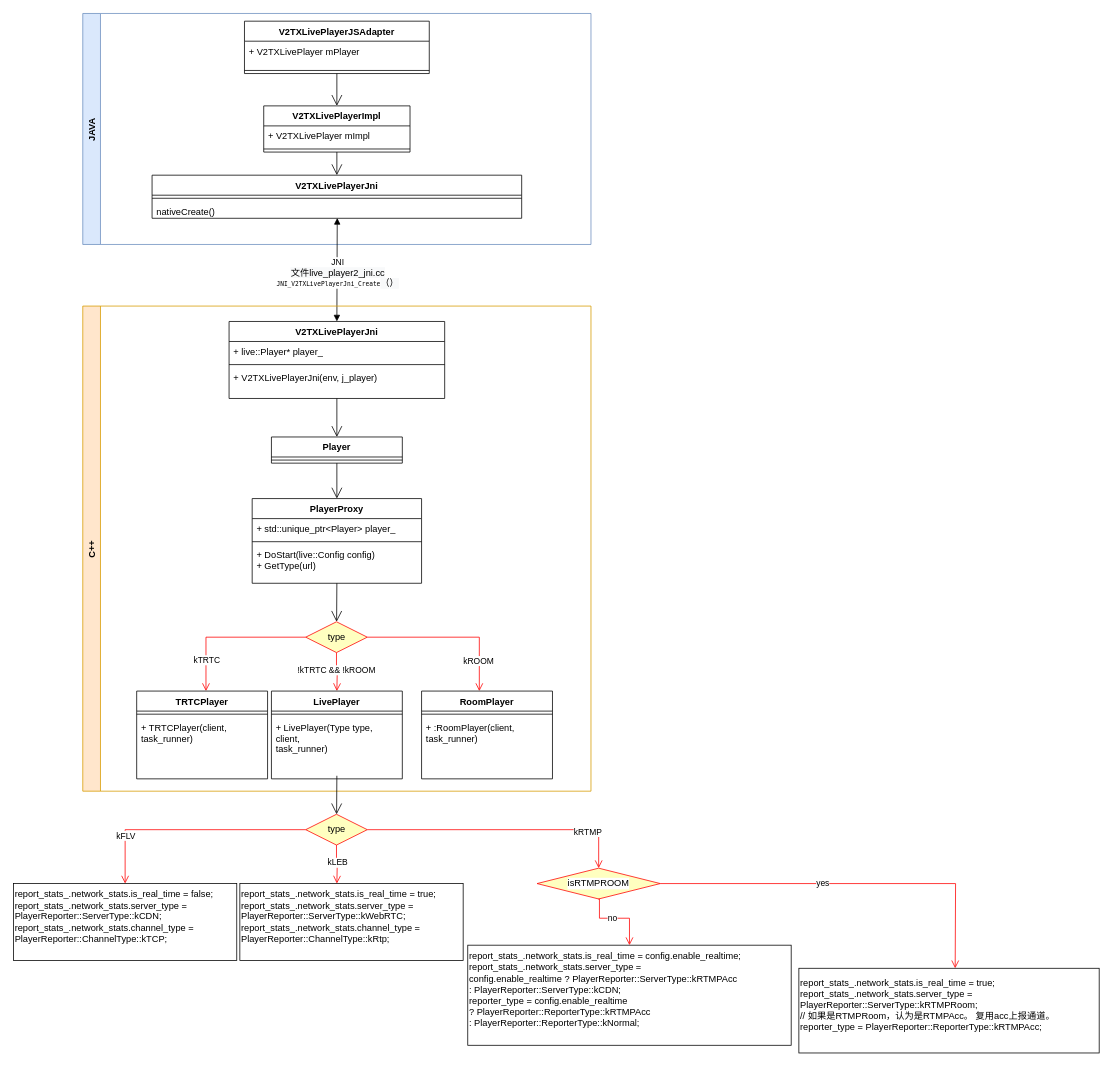
Above: diagrams/V2TXLivePlayerJSAdapter.drawio in paopaosecret/resources (draw.io), before the change. Source tidied: cells renumbered, new cells numbered last; positions are measured from the earlier drawing's top-left corner, leaving out a move shared by most shapes. Both pictures are drawn from the tidied source at 77%, with x=0, y=0 at pixel (13, 13).
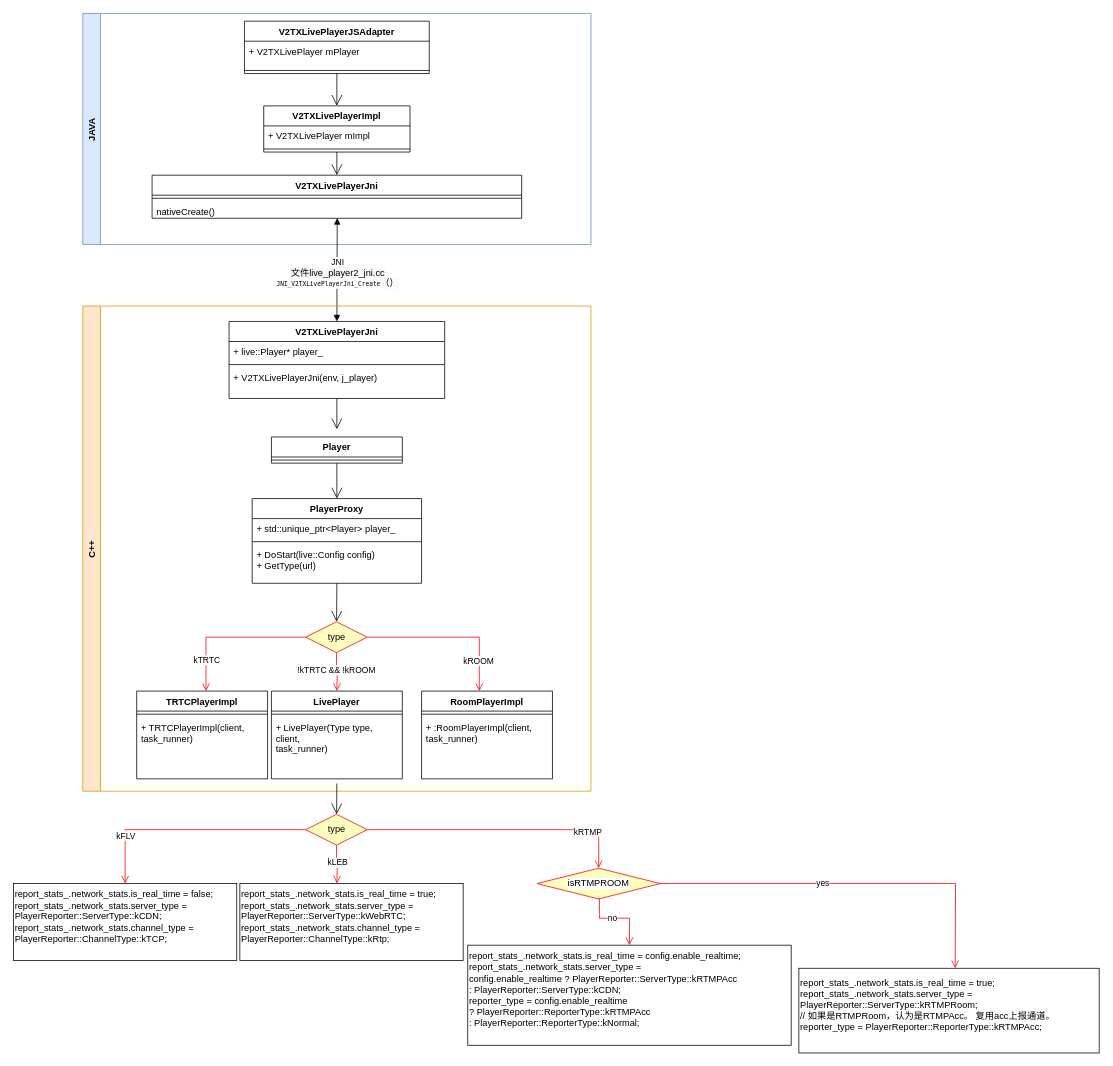
Above is the later version.

The change refers to these unchanged cells:
```xml
<mxCell id="18" value="Player" style="swimlane;fontStyle=1;align=center;verticalAlign=top;horizontal=1;startSize=26;" parent="1" vertex="1">
  <mxGeometry x="335" y="550" width="170" height="34" as="geometry" />
</mxCell>
<mxCell id="29" value="C++" style="swimlane;horizontal=0;fillColor=#ffe6cc;strokeColor=#d79b00;" parent="1" vertex="1">
  <mxGeometry x="90" y="380" width="660" height="630" as="geometry" />
</mxCell>
<mxCell id="48" value="+ V2TXLivePlayerJni(env, j_player)" style="text;strokeColor=none;fillColor=none;align=left;verticalAlign=top;spacingLeft=4;spacingRight=4;overflow=hidden;points=[[0,0.5],[1,0.5]];portConstraint=eastwest;labelBackgroundColor=#FFFFFF;fontColor=#000000;" parent="45" vertex="1">
  <mxGeometry y="60" width="280" height="40" as="geometry" />
</mxCell>
<mxCell id="56" value="type" style="rhombus;whiteSpace=wrap;html=1;fillColor=#ffffc0;strokeColor=#ff0000;" parent="1" vertex="1">
  <mxGeometry x="379.5" y="1040" width="80" height="40" as="geometry" />
</mxCell>
```

The edit, as a diff of the source:
```diff
@@
-    <mxCell id="20" style="endArrow=open;endFill=1;endSize=12;html=1;rounded=0;" parent="1" edge="1" source="48" target="18">
-      <mxGeometry relative="1" as="geometry" />
+    <mxCell id="20" style="endArrow=open;endFill=1;endSize=12;html=1;rounded=0;" parent="1" edge="1" source="48">
+      <mxGeometry relative="1" as="geometry">
+        <mxPoint x="420" y="540" as="targetPoint" />
+      </mxGeometry>
     </mxCell>
@@
-    <mxCell id="36" value="TRTCPlayer" style="swimlane;fontStyle=1;align=center;verticalAlign=top;horizontal=1;startSize=26;" parent="29" vertex="1">
+    <mxCell id="36" value="TRTCPlayerImpl" style="swimlane;fontStyle=1;align=center;verticalAlign=top;horizontal=1;startSize=26;" parent="29" vertex="1">
       <mxGeometry x="70" y="500" width="170" height="114" as="geometry" />
     </mxCell>
@@
-    <mxCell id="38" value="+ TRTCPlayer(client,&#10;task_runner)" style="text;strokeColor=none;fillColor=none;align=left;verticalAlign=top;spacingLeft=4;spacingRight=4;overflow=hidden;" parent="36" vertex="1">
+    <mxCell id="38" value="+ TRTCPlayerImpl(client,&#10;task_runner)" style="text;strokeColor=none;fillColor=none;align=left;verticalAlign=top;spacingLeft=4;spacingRight=4;overflow=hidden;" parent="36" vertex="1">
       <mxGeometry y="34" width="170" height="80" as="geometry" />
     </mxCell>
@@
-    <mxCell id="42" value="RoomPlayer" style="swimlane;fontStyle=1;align=center;verticalAlign=top;horizontal=1;startSize=26;" parent="29" vertex="1">
+    <mxCell id="42" value="RoomPlayerImpl" style="swimlane;fontStyle=1;align=center;verticalAlign=top;horizontal=1;startSize=26;" parent="29" vertex="1">
       <mxGeometry x="440" y="500" width="170" height="114" as="geometry" />
     </mxCell>
@@
-    <mxCell id="44" value="+ :RoomPlayer(client,&#10;task_runner)" style="text;strokeColor=none;fillColor=none;align=left;verticalAlign=top;spacingLeft=4;spacingRight=4;overflow=hidden;" parent="42" vertex="1">
+    <mxCell id="44" value="+ :RoomPlayerImpl(client,&#10;task_runner)" style="text;strokeColor=none;fillColor=none;align=left;verticalAlign=top;spacingLeft=4;spacingRight=4;overflow=hidden;" parent="42" vertex="1">
       <mxGeometry y="34" width="170" height="80" as="geometry" />
     </mxCell>
@@
-    <mxCell id="57" style="endArrow=open;endFill=1;endSize=12;html=1;rounded=0;exitX=0.5;exitY=1;exitDx=0;exitDy=0;exitPerimeter=0;" parent="1" edge="1" target="56">
+    <mxCell id="57" style="endArrow=open;endFill=1;endSize=12;html=1;rounded=0;" parent="1" edge="1" target="56">
       <mxGeometry relative="1" as="geometry">
-        <mxPoint x="420" y="990" as="sourcePoint" />
+        <mxPoint x="420" y="1000" as="sourcePoint" />
       </mxGeometry>
     </mxCell>
```
